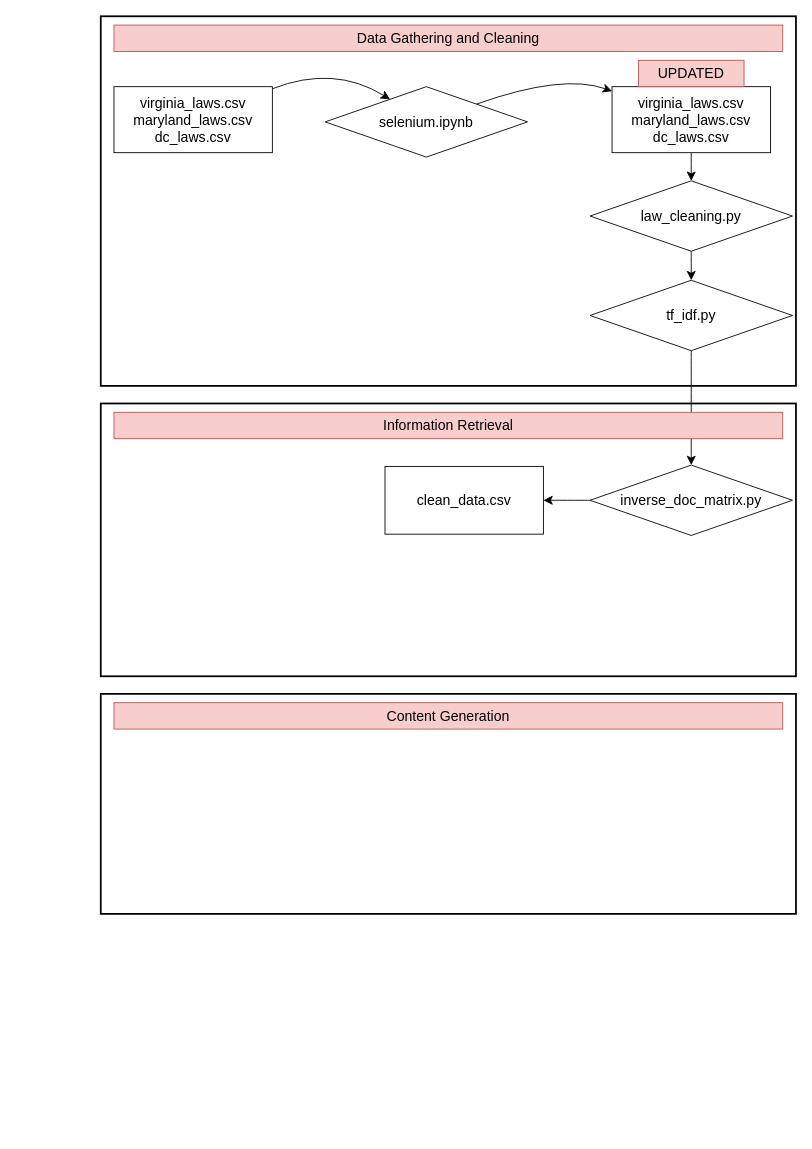
Before: Untitled Diagram.drawio in smithnatalie/smithnatalie.github.io, a draw.io diagram. Source tidied: cells renumbered, new cells numbered last; positions are measured from the earlier drawing's top-left corner, leaving out a move shared by most shapes. Both pictures are drawn from the tidied source at 88%, with x=0, y=0 at pixel (100, 16).
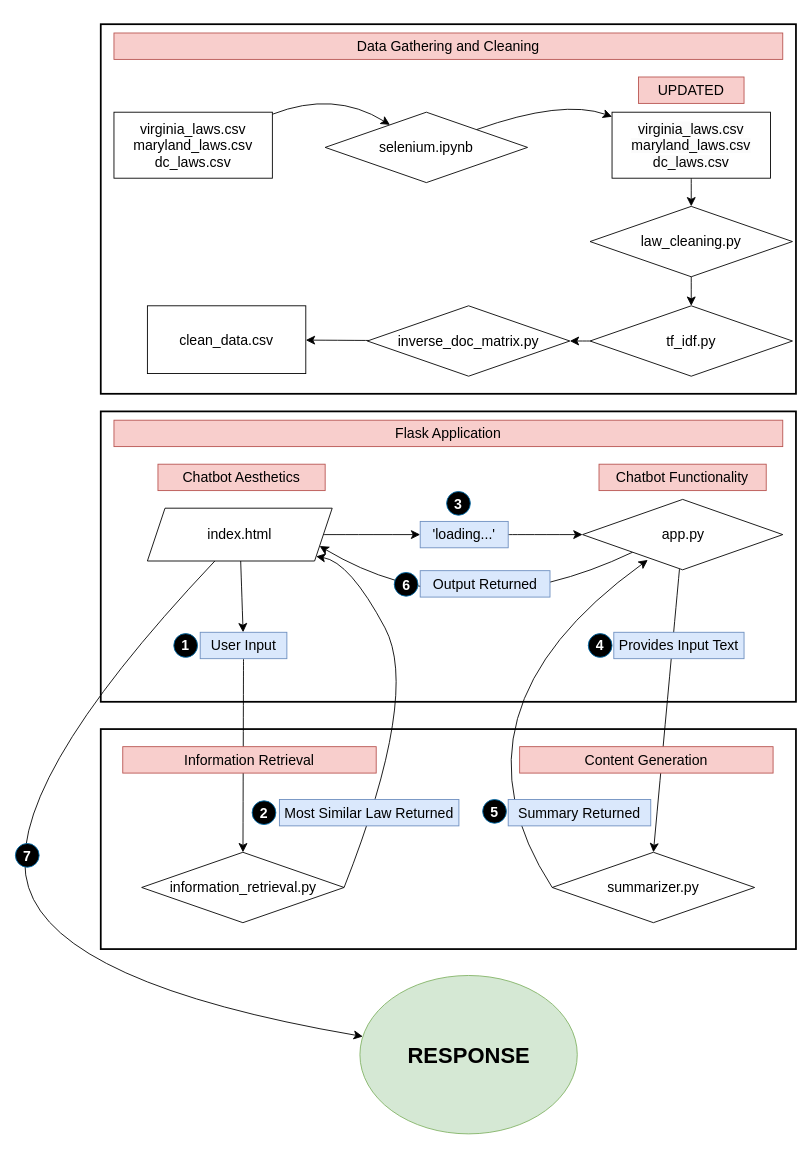
After the change.

Change to the diagram source:
```diff
@@
-    <mxCell id="2" style="text;strokeColor=#000000;fillColor=none;html=1;align=center;verticalAlign=middle;whiteSpace=wrap;rounded=0;fontSize=16;strokeWidth=2;" parent="1" vertex="1">
-      <mxGeometry y="440" width="790" height="310" as="geometry" />
-    </mxCell>
+    <mxCell id="22" style="text;strokeColor=#000000;fillColor=none;html=1;align=center;verticalAlign=middle;whiteSpace=wrap;rounded=0;fontSize=16;strokeWidth=2;" parent="1" vertex="1">
+      <mxGeometry y="810" width="790" height="250" as="geometry" />
+    </mxCell>
+    <mxCell id="23" style="text;strokeColor=#000000;fillColor=none;html=1;align=center;verticalAlign=middle;whiteSpace=wrap;rounded=0;fontSize=16;strokeWidth=2;" parent="1" vertex="1">
+      <mxGeometry y="449" width="790" height="330" as="geometry" />
+    </mxCell>
     <mxCell id="3" style="text;strokeColor=#000000;fillColor=none;html=1;align=center;verticalAlign=middle;whiteSpace=wrap;rounded=0;fontSize=16;strokeWidth=2;" parent="1" vertex="1">
-      <mxGeometry width="790" height="420" as="geometry" />
+      <mxGeometry y="9" width="790" height="420" as="geometry" />
     </mxCell>
     <mxCell id="4" style="edgeStyle=none;curved=1;rounded=0;jettySize=auto;html=1;fontSize=12;startSize=8;endSize=8;" parent="1" edge="1" source="5" target="7">
       <mxGeometry relative="1" as="geometry">
         <Array as="points">
-          <mxPoint x="265" y="55" />
+          <mxPoint x="265" y="84" />
         </Array>
       </mxGeometry>
     </mxCell>
     <mxCell id="5" value="virginia_laws.csv&lt;br&gt;maryland_laws.csv&lt;br&gt;dc_laws.csv" style="whiteSpace=wrap;html=1;fontSize=16;" parent="1" vertex="1">
-      <mxGeometry x="15" y="80" width="180" height="75" as="geometry" />
+      <mxGeometry x="15" y="109" width="180" height="75" as="geometry" />
     </mxCell>
     <mxCell id="6" style="edgeStyle=none;curved=1;rounded=0;jettySize=auto;html=1;fontSize=12;startSize=8;endSize=8;" parent="1" edge="1" source="7" target="9">
       <mxGeometry relative="1" as="geometry">
         <Array as="points">
-          <mxPoint x="525" y="65" />
+          <mxPoint x="525" y="94" />
         </Array>
       </mxGeometry>
     </mxCell>
     <mxCell id="7" value="selenium.ipynb" style="rhombus;whiteSpace=wrap;html=1;fontSize=16;" parent="1" vertex="1">
-      <mxGeometry x="255" y="80" width="230" height="80" as="geometry" />
+      <mxGeometry x="255" y="109" width="230" height="80" as="geometry" />
     </mxCell>
@@
     <mxCell id="9" value="&lt;span style=&quot;color: rgb(0, 0, 0); font-family: Helvetica; font-size: 16px; font-style: normal; font-variant-ligatures: normal; font-variant-caps: normal; font-weight: 400; letter-spacing: normal; orphans: 2; text-align: center; text-indent: 0px; text-transform: none; widows: 2; word-spacing: 0px; -webkit-text-stroke-width: 0px; background-color: rgb(251, 251, 251); text-decoration-thickness: initial; text-decoration-style: initial; text-decoration-color: initial; float: none; display: inline !important;&quot;&gt;virginia_laws.csv&lt;/span&gt;&lt;br style=&quot;border-color: var(--border-color); color: rgb(0, 0, 0); font-family: Helvetica; font-size: 16px; font-style: normal; font-variant-ligatures: normal; font-variant-caps: normal; font-weight: 400; letter-spacing: normal; orphans: 2; text-align: center; text-indent: 0px; text-transform: none; widows: 2; word-spacing: 0px; -webkit-text-stroke-width: 0px; background-color: rgb(251, 251, 251); text-decoration-thickness: initial; text-decoration-style: initial; text-decoration-color: initial;&quot;&gt;&lt;span style=&quot;color: rgb(0, 0, 0); font-family: Helvetica; font-size: 16px; font-style: normal; font-variant-ligatures: normal; font-variant-caps: normal; font-weight: 400; letter-spacing: normal; orphans: 2; text-align: center; text-indent: 0px; text-transform: none; widows: 2; word-spacing: 0px; -webkit-text-stroke-width: 0px; background-color: rgb(251, 251, 251); text-decoration-thickness: initial; text-decoration-style: initial; text-decoration-color: initial; float: none; display: inline !important;&quot;&gt;maryland_laws.csv&lt;/span&gt;&lt;br style=&quot;border-color: var(--border-color); color: rgb(0, 0, 0); font-family: Helvetica; font-size: 16px; font-style: normal; font-variant-ligatures: normal; font-variant-caps: normal; font-weight: 400; letter-spacing: normal; orphans: 2; text-align: center; text-indent: 0px; text-transform: none; widows: 2; word-spacing: 0px; -webkit-text-stroke-width: 0px; background-color: rgb(251, 251, 251); text-decoration-thickness: initial; text-decoration-style: initial; text-decoration-color: initial;&quot;&gt;&lt;span style=&quot;color: rgb(0, 0, 0); font-family: Helvetica; font-size: 16px; font-style: normal; font-variant-ligatures: normal; font-variant-caps: normal; font-weight: 400; letter-spacing: normal; orphans: 2; text-align: center; text-indent: 0px; text-transform: none; widows: 2; word-spacing: 0px; -webkit-text-stroke-width: 0px; background-color: rgb(251, 251, 251); text-decoration-thickness: initial; text-decoration-style: initial; text-decoration-color: initial; float: none; display: inline !important;&quot;&gt;dc_laws.csv&lt;/span&gt;" style="whiteSpace=wrap;html=1;fontSize=16;" parent="1" vertex="1">
-      <mxGeometry x="581" y="80" width="180" height="75" as="geometry" />
+      <mxGeometry x="581" y="109" width="180" height="75" as="geometry" />
     </mxCell>
     <mxCell id="10" value="UPDATED" style="text;html=1;align=center;verticalAlign=middle;whiteSpace=wrap;rounded=0;fontSize=16;fillColor=#f8cecc;strokeColor=#b85450;" parent="1" vertex="1">
-      <mxGeometry x="611" y="50" width="120" height="30" as="geometry" />
+      <mxGeometry x="611" y="69" width="120" height="30" as="geometry" />
     </mxCell>
@@
     <mxCell id="12" value="law_cleaning.py" style="rhombus;whiteSpace=wrap;html=1;fontSize=16;" parent="1" vertex="1">
-      <mxGeometry x="556" y="187" width="230" height="80" as="geometry" />
+      <mxGeometry x="556" y="216" width="230" height="80" as="geometry" />
     </mxCell>
@@
     <mxCell id="14" value="tf_idf.py" style="rhombus;whiteSpace=wrap;html=1;fontSize=16;" parent="1" vertex="1">
-      <mxGeometry x="556" y="300" width="230" height="80" as="geometry" />
+      <mxGeometry x="556" y="329" width="230" height="80" as="geometry" />
     </mxCell>
@@
     <mxCell id="16" value="inverse_doc_matrix.py" style="rhombus;whiteSpace=wrap;html=1;fontSize=16;" parent="1" vertex="1">
-      <mxGeometry x="556" y="510" width="230" height="80" as="geometry" />
+      <mxGeometry x="303" y="329" width="230" height="80" as="geometry" />
     </mxCell>
     <mxCell id="17" value="clean_data.csv" style="whiteSpace=wrap;html=1;fontSize=16;" parent="1" vertex="1">
-      <mxGeometry x="323" y="511.5" width="180" height="77" as="geometry" />
+      <mxGeometry x="53" y="329" width="180" height="77" as="geometry" />
     </mxCell>
     <mxCell id="18" value="Data Gathering and Cleaning" style="text;html=1;align=center;verticalAlign=middle;whiteSpace=wrap;rounded=0;fontSize=16;fillColor=#f8cecc;strokeColor=#b85450;" parent="1" vertex="1">
-      <mxGeometry x="15" y="10" width="760" height="30" as="geometry" />
+      <mxGeometry x="15" y="19" width="760" height="30" as="geometry" />
     </mxCell>
+    <mxCell id="24" value="Flask Application" style="text;html=1;align=center;verticalAlign=middle;whiteSpace=wrap;rounded=0;fontSize=16;fillColor=#f8cecc;strokeColor=#b85450;" parent="1" vertex="1">
+      <mxGeometry x="15" y="459" width="760" height="30" as="geometry" />
+    </mxCell>
+    <mxCell id="25" style="edgeStyle=none;curved=1;rounded=0;jettySize=auto;html=1;fontSize=12;startSize=8;endSize=8;" parent="1" edge="1" source="51" target="31">
+      <mxGeometry relative="1" as="geometry" />
+    </mxCell>
+    <mxCell id="26" style="edgeStyle=none;curved=1;rounded=0;jettySize=auto;html=1;fontSize=12;startSize=8;endSize=8;" parent="1" edge="1" source="37" target="35">
+      <mxGeometry relative="1" as="geometry" />
+    </mxCell>
+    <mxCell id="27" style="edgeStyle=none;curved=1;rounded=0;jettySize=auto;html=1;fontSize=12;startSize=8;endSize=8;" parent="1" edge="1" source="28" target="47">
+      <mxGeometry relative="1" as="geometry">
+        <Array as="points">
+          <mxPoint x="-117" y="880" />
+          <mxPoint x="-47" y="1100" />
+        </Array>
+      </mxGeometry>
+    </mxCell>
+    <mxCell id="28" value="index.html" style="shape=parallelogram;perimeter=parallelogramPerimeter;whiteSpace=wrap;html=1;fixedSize=1;fontSize=16;" parent="1" vertex="1">
+      <mxGeometry x="53" y="559" width="210" height="60" as="geometry" />
+    </mxCell>
+    <mxCell id="29" style="edgeStyle=none;curved=1;rounded=0;jettySize=auto;html=1;fontSize=12;startSize=8;endSize=8;entryX=0.5;entryY=0;entryDx=0;entryDy=0;" parent="1" edge="1" source="31" target="39">
+      <mxGeometry relative="1" as="geometry" />
+    </mxCell>
+    <mxCell id="30" style="edgeStyle=none;curved=1;rounded=0;jettySize=auto;html=1;exitX=0;exitY=1;exitDx=0;exitDy=0;entryX=1;entryY=0.75;entryDx=0;entryDy=0;fontSize=12;startSize=8;endSize=8;" parent="1" edge="1" source="31" target="28">
+      <mxGeometry relative="1" as="geometry">
+        <Array as="points">
+          <mxPoint x="413" y="700" />
+        </Array>
+      </mxGeometry>
+    </mxCell>
+    <mxCell id="31" value="app.py" style="rhombus;whiteSpace=wrap;html=1;fontSize=16;" parent="1" vertex="1">
+      <mxGeometry x="547.5" y="549" width="227.5" height="80" as="geometry" />
+    </mxCell>
+    <mxCell id="32" value="Chatbot Aesthetics" style="text;html=1;align=center;verticalAlign=middle;whiteSpace=wrap;rounded=0;fontSize=16;fillColor=#f8cecc;strokeColor=#b85450;" parent="1" vertex="1">
+      <mxGeometry x="65" y="509" width="190" height="30" as="geometry" />
+    </mxCell>
+    <mxCell id="33" value="Chatbot Functionality" style="text;html=1;align=center;verticalAlign=middle;whiteSpace=wrap;rounded=0;fontSize=16;fillColor=#f8cecc;strokeColor=#b85450;" parent="1" vertex="1">
+      <mxGeometry x="566.2" y="509" width="190" height="30" as="geometry" />
+    </mxCell>
+    <mxCell id="34" style="edgeStyle=none;curved=1;rounded=0;jettySize=auto;html=1;fontSize=12;startSize=8;endSize=8;exitX=1;exitY=0.5;exitDx=0;exitDy=0;entryX=1;entryY=1;entryDx=0;entryDy=0;" parent="1" edge="1" source="35" target="28">
+      <mxGeometry relative="1" as="geometry">
+        <Array as="points">
+          <mxPoint x="363" y="770" />
+          <mxPoint x="283" y="620" />
+        </Array>
+      </mxGeometry>
+    </mxCell>
+    <mxCell id="35" value="information_retrieval.py" style="rhombus;whiteSpace=wrap;html=1;fontSize=16;" parent="1" vertex="1">
+      <mxGeometry x="46.5" y="950" width="230" height="80" as="geometry" />
+    </mxCell>
+    <mxCell id="36" style="edgeStyle=none;curved=1;rounded=0;jettySize=auto;html=1;fontSize=12;startSize=8;endSize=8;" parent="1" edge="1" source="28" target="37">
+      <mxGeometry relative="1" as="geometry" />
+    </mxCell>
+    <mxCell id="37" value="User Input" style="text;html=1;align=center;verticalAlign=middle;whiteSpace=wrap;rounded=0;fontSize=16;fillColor=#dae8fc;strokeColor=#6c8ebf;" parent="1" vertex="1">
+      <mxGeometry x="113" y="700" width="98.5" height="30" as="geometry" />
+    </mxCell>
     <mxCell id="19" value="Information Retrieval" style="text;html=1;align=center;verticalAlign=middle;whiteSpace=wrap;rounded=0;fontSize=16;fillColor=#f8cecc;strokeColor=#b85450;" parent="1" vertex="1">
-      <mxGeometry x="15" y="450" width="760" height="30" as="geometry" />
+      <mxGeometry x="25" y="830" width="288" height="30" as="geometry" />
     </mxCell>
-    <mxCell id="20" style="text;strokeColor=#000000;fillColor=none;html=1;align=center;verticalAlign=middle;whiteSpace=wrap;rounded=0;fontSize=16;strokeWidth=2;" parent="1" vertex="1">
-      <mxGeometry y="770" width="790" height="250" as="geometry" />
-    </mxCell>
+    <mxCell id="38" value="Most Similar Law Returned" style="text;html=1;align=center;verticalAlign=middle;whiteSpace=wrap;rounded=0;fontSize=16;fillColor=#dae8fc;strokeColor=#6c8ebf;" parent="1" vertex="1">
+      <mxGeometry x="203" y="890" width="204" height="30" as="geometry" />
+    </mxCell>
+    <mxCell id="39" value="summarizer.py" style="rhombus;whiteSpace=wrap;html=1;fontSize=16;" parent="1" vertex="1">
+      <mxGeometry x="513" y="950" width="230" height="80" as="geometry" />
+    </mxCell>
     <mxCell id="21" value="Content Generation" style="text;html=1;align=center;verticalAlign=middle;whiteSpace=wrap;rounded=0;fontSize=16;fillColor=#f8cecc;strokeColor=#b85450;" parent="1" vertex="1">
-      <mxGeometry x="15" y="780" width="760" height="30" as="geometry" />
+      <mxGeometry x="476" y="830" width="288" height="30" as="geometry" />
     </mxCell>
+    <mxCell id="40" style="edgeStyle=none;curved=1;rounded=0;orthogonalLoop=1;jettySize=auto;html=1;exitX=0.75;exitY=1;exitDx=0;exitDy=0;fontSize=12;startSize=8;endSize=8;" parent="1" edge="1" source="51" target="51">
+      <mxGeometry relative="1" as="geometry" />
+    </mxCell>
+    <mxCell id="41" value="Provides Input Text" style="text;html=1;align=center;verticalAlign=middle;whiteSpace=wrap;rounded=0;fontSize=16;fillColor=#dae8fc;strokeColor=#6c8ebf;" parent="1" vertex="1">
+      <mxGeometry x="583" y="700" width="148" height="30" as="geometry" />
+    </mxCell>
+    <mxCell id="42" style="edgeStyle=none;curved=1;rounded=0;jettySize=auto;html=1;entryX=0.326;entryY=0.86;entryDx=0;entryDy=0;entryPerimeter=0;fontSize=12;startSize=8;endSize=8;exitX=0;exitY=0.5;exitDx=0;exitDy=0;" parent="1" edge="1" source="39" target="31">
+      <mxGeometry relative="1" as="geometry">
+        <Array as="points">
+          <mxPoint x="383" y="790" />
+        </Array>
+      </mxGeometry>
+    </mxCell>
+    <mxCell id="43" value="Summary Returned" style="text;html=1;align=center;verticalAlign=middle;whiteSpace=wrap;rounded=0;fontSize=16;fillColor=#dae8fc;strokeColor=#6c8ebf;" parent="1" vertex="1">
+      <mxGeometry x="463" y="890" width="162" height="30" as="geometry" />
+    </mxCell>
+    <mxCell id="44" style="edgeStyle=none;curved=1;rounded=0;orthogonalLoop=1;jettySize=auto;html=1;exitX=0.5;exitY=0;exitDx=0;exitDy=0;fontSize=12;startSize=8;endSize=8;" parent="1" edge="1" source="38" target="38">
+      <mxGeometry relative="1" as="geometry" />
+    </mxCell>
+    <mxCell id="45" style="edgeStyle=none;curved=1;rounded=0;orthogonalLoop=1;jettySize=auto;html=1;exitX=0.5;exitY=1;exitDx=0;exitDy=0;fontSize=12;startSize=8;endSize=8;" parent="1" edge="1" source="43" target="43">
+      <mxGeometry relative="1" as="geometry" />
+    </mxCell>
+    <mxCell id="46" value="Output Returned" style="text;html=1;align=center;verticalAlign=middle;whiteSpace=wrap;rounded=0;fontSize=16;fillColor=#dae8fc;strokeColor=#6c8ebf;" parent="1" vertex="1">
+      <mxGeometry x="363" y="630" width="147.5" height="30" as="geometry" />
+    </mxCell>
+    <mxCell id="47" value="&lt;b&gt;&lt;font style=&quot;font-size: 25px;&quot;&gt;RESPONSE&lt;/font&gt;&lt;/b&gt;" style="ellipse;whiteSpace=wrap;html=1;fontSize=16;fillColor=#d5e8d4;strokeColor=#82b366;" parent="1" vertex="1">
+      <mxGeometry x="294.5" y="1090" width="247" height="180" as="geometry" />
+    </mxCell>
+    <mxCell id="48" value="&lt;b&gt;1&lt;/b&gt;" style="ellipse;whiteSpace=wrap;html=1;fontSize=16;fillColor=#000000;fontColor=#ffffff;strokeColor=#006EAF;rotation=0;" parent="1" vertex="1">
+      <mxGeometry x="83" y="701.5" width="27" height="27" as="geometry" />
+    </mxCell>
+    <mxCell id="49" value="&lt;b&gt;2&lt;/b&gt;" style="ellipse;whiteSpace=wrap;html=1;fontSize=16;fillColor=#000000;fontColor=#ffffff;strokeColor=#006EAF;rotation=0;" parent="1" vertex="1">
+      <mxGeometry x="172" y="891.5" width="27" height="27" as="geometry" />
+    </mxCell>
+    <mxCell id="50" style="edgeStyle=none;curved=1;rounded=0;jettySize=auto;html=1;fontSize=12;startSize=8;endSize=8;" parent="1" edge="1" source="28" target="51">
+      <mxGeometry relative="1" as="geometry" />
+    </mxCell>
+    <mxCell id="51" value="'loading...'" style="text;html=1;align=center;verticalAlign=middle;whiteSpace=wrap;rounded=0;fontSize=16;fillColor=#dae8fc;strokeColor=#6c8ebf;" parent="1" vertex="1">
+      <mxGeometry x="363" y="574" width="100" height="30" as="geometry" />
+    </mxCell>
+    <mxCell id="52" value="&lt;b&gt;3&lt;/b&gt;" style="ellipse;whiteSpace=wrap;html=1;fontSize=16;fillColor=#000000;fontColor=#ffffff;strokeColor=#006EAF;rotation=0;" parent="1" vertex="1">
+      <mxGeometry x="393" y="540" width="27" height="27" as="geometry" />
+    </mxCell>
+    <mxCell id="53" value="&lt;b&gt;4&lt;/b&gt;" style="ellipse;whiteSpace=wrap;html=1;fontSize=16;fillColor=#000000;fontColor=#ffffff;strokeColor=#006EAF;rotation=0;" parent="1" vertex="1">
+      <mxGeometry x="554" y="701.5" width="27" height="27" as="geometry" />
+    </mxCell>
+    <mxCell id="54" value="&lt;b&gt;5&lt;/b&gt;" style="ellipse;whiteSpace=wrap;html=1;fontSize=16;fillColor=#000000;fontColor=#ffffff;strokeColor=#006EAF;rotation=0;" parent="1" vertex="1">
+      <mxGeometry x="434" y="890" width="27" height="27" as="geometry" />
+    </mxCell>
+    <mxCell id="55" value="&lt;b&gt;6&lt;/b&gt;" style="ellipse;whiteSpace=wrap;html=1;fontSize=16;fillColor=#000000;fontColor=#ffffff;strokeColor=#006EAF;rotation=0;" parent="1" vertex="1">
+      <mxGeometry x="333.5" y="632" width="27" height="27" as="geometry" />
+    </mxCell>
+    <mxCell id="56" value="&lt;b&gt;7&lt;/b&gt;" style="ellipse;whiteSpace=wrap;html=1;fontSize=16;fillColor=#000000;fontColor=#ffffff;strokeColor=#006EAF;rotation=0;" parent="1" vertex="1">
+      <mxGeometry x="-97" y="940" width="27" height="27" as="geometry" />
+    </mxCell>
```
